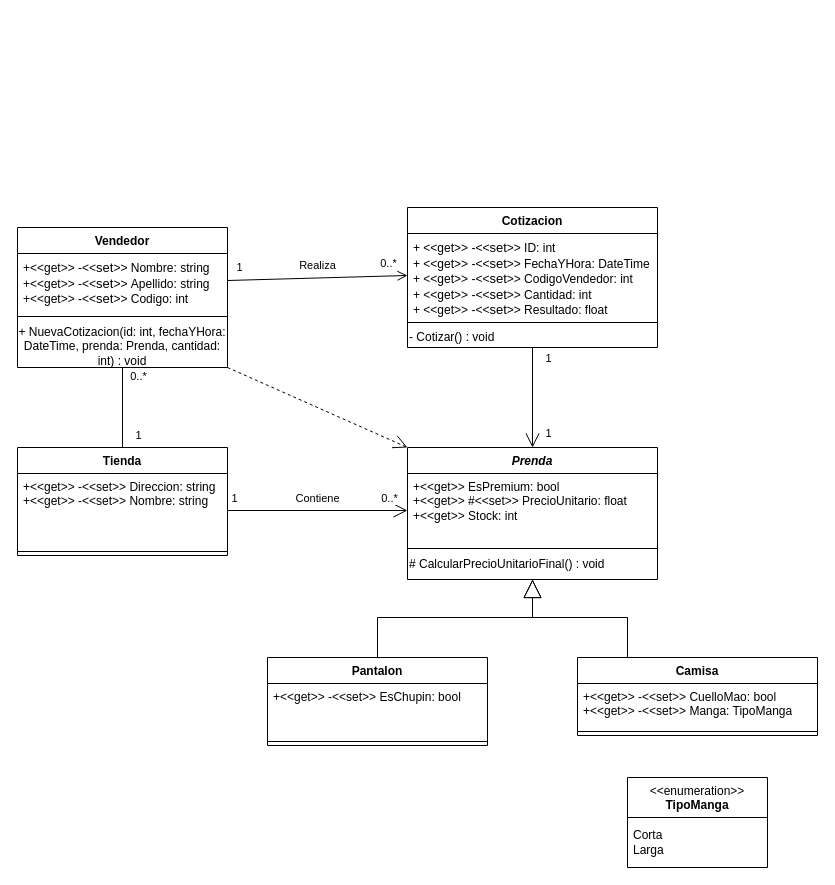
The draw.io diagram Diagramas/DiagramaModelo.drawio in santi9865/Tanodi-DesafioFinal, before the edit. Source tidied: cells renumbered, new cells numbered last; positions are measured from the earlier drawing's top-left corner, leaving out a move shared by most shapes. Both pictures are drawn from the tidied source at 100%, with x=0, y=0 at pixel (17, 207).
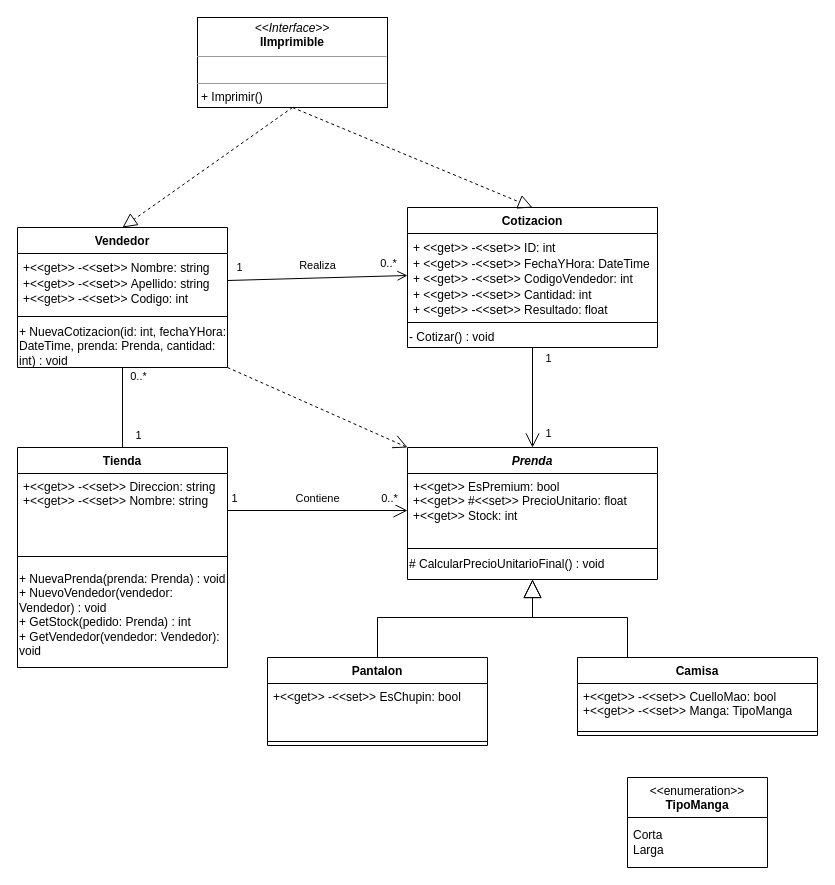
Above is the later version.

Commit message (it also covers changes not shown here):
Agregado Interface IImprimible a diagrama de clases, Parte F

The change refers to these unchanged cells:
```xml
<mxCell id="2" value="Vendedor" style="swimlane;fontStyle=1;align=center;verticalAlign=top;horizontal=1;startSize=26;whiteSpace=wrap;html=1;" parent="1" vertex="1">
  <mxGeometry y="20" width="210" height="140" as="geometry" />
</mxCell>
<mxCell id="7" value="Cotizacion" style="swimlane;fontStyle=1;align=center;verticalAlign=top;horizontal=1;startSize=26;whiteSpace=wrap;html=1;" parent="1" vertex="1">
  <mxGeometry x="390" width="250" height="140" as="geometry" />
</mxCell>
```

The edit, as a diff of the source:
```diff
@@
-    <mxCell id="6" value="+ NuevaCotizacion(id: int, fechaYHora: DateTime, prenda: Prenda, cantidad: int) : void" style="text;html=1;strokeColor=none;fillColor=none;align=center;verticalAlign=middle;whiteSpace=wrap;rounded=0;" parent="2" vertex="1">
+    <mxCell id="6" value="+ NuevaCotizacion(id: int, fechaYHora: DateTime, prenda: Prenda, cantidad: int) : void" style="text;html=1;strokeColor=none;fillColor=none;align=left;verticalAlign=middle;whiteSpace=wrap;rounded=0;" parent="2" vertex="1">
       <mxGeometry y="98" width="210" height="42" as="geometry" />
     </mxCell>
@@
     <mxCell id="15" value="Tienda" style="swimlane;fontStyle=1;align=center;verticalAlign=top;horizontal=1;startSize=26;whiteSpace=wrap;html=1;" parent="1" vertex="1">
-      <mxGeometry y="240" width="210" height="108" as="geometry" />
+      <mxGeometry y="240" width="210" height="220" as="geometry" />
     </mxCell>
@@
     <mxCell id="17" style="line;strokeWidth=1;fillColor=none;align=left;verticalAlign=middle;spacingTop=-1;spacingLeft=3;spacingRight=3;labelPosition=right;strokeColor=inherit;" parent="15" vertex="1">
-      <mxGeometry y="100" width="210" height="8" as="geometry" />
+      <mxGeometry y="100" width="210" height="18" as="geometry" />
     </mxCell>
+    <mxCell id="43" value="+ NuevaPrenda(prenda: Prenda) : void&lt;br&gt;&lt;div style=&quot;&quot;&gt;&lt;span style=&quot;background-color: initial;&quot;&gt;+ NuevoVendedor(vendedor: Vendedor) : void&lt;/span&gt;&lt;/div&gt;&lt;div style=&quot;&quot;&gt;&lt;span style=&quot;background-color: initial;&quot;&gt;+ GetStock(pedido: Prenda) : int&lt;/span&gt;&lt;/div&gt;&lt;div style=&quot;&quot;&gt;&lt;span style=&quot;background-color: initial;&quot;&gt;+ GetVendedor(vendedor: Vendedor): void&lt;/span&gt;&lt;/div&gt;&lt;div style=&quot;&quot;&gt;&lt;span style=&quot;background-color: initial;&quot;&gt;&lt;br&gt;&lt;/span&gt;&lt;/div&gt;" style="text;html=1;strokeColor=none;fillColor=none;align=left;verticalAlign=top;whiteSpace=wrap;rounded=0;horizontal=1;" parent="15" vertex="1">
+      <mxGeometry y="118" width="210" height="102" as="geometry" />
+    </mxCell>
@@
+    <mxCell id="44" value="&lt;p style=&quot;margin:0px;margin-top:4px;text-align:center;&quot;&gt;&lt;i&gt;&amp;lt;&amp;lt;Interface&amp;gt;&amp;gt;&lt;/i&gt;&lt;br&gt;&lt;b&gt;IImprimible&lt;/b&gt;&lt;/p&gt;&lt;hr size=&quot;1&quot;&gt;&lt;p style=&quot;margin:0px;margin-left:4px;&quot;&gt;&lt;br&gt;&lt;/p&gt;&lt;hr size=&quot;1&quot;&gt;&lt;p style=&quot;margin:0px;margin-left:4px;&quot;&gt;+ Imprimir()&lt;/p&gt;" style="verticalAlign=top;align=left;overflow=fill;fontSize=12;fontFamily=Helvetica;html=1;" parent="1" vertex="1">
+      <mxGeometry x="180" y="-190" width="190" height="90" as="geometry" />
+    </mxCell>
+    <mxCell id="45" style="endArrow=block;dashed=1;endFill=0;endSize=12;html=1;rounded=0;exitX=0.5;exitY=1;exitDx=0;exitDy=0;entryX=0.5;entryY=0;entryDx=0;entryDy=0;" parent="1" edge="1" source="44" target="7">
+      <mxGeometry relative="1" as="geometry" />
+    </mxCell>
+    <mxCell id="46" style="endArrow=block;dashed=1;endFill=0;endSize=12;html=1;rounded=0;exitX=0.5;exitY=1;exitDx=0;exitDy=0;entryX=0.5;entryY=0;entryDx=0;entryDy=0;" parent="1" edge="1" source="44" target="2">
+      <mxGeometry relative="1" as="geometry" />
+    </mxCell>
```
